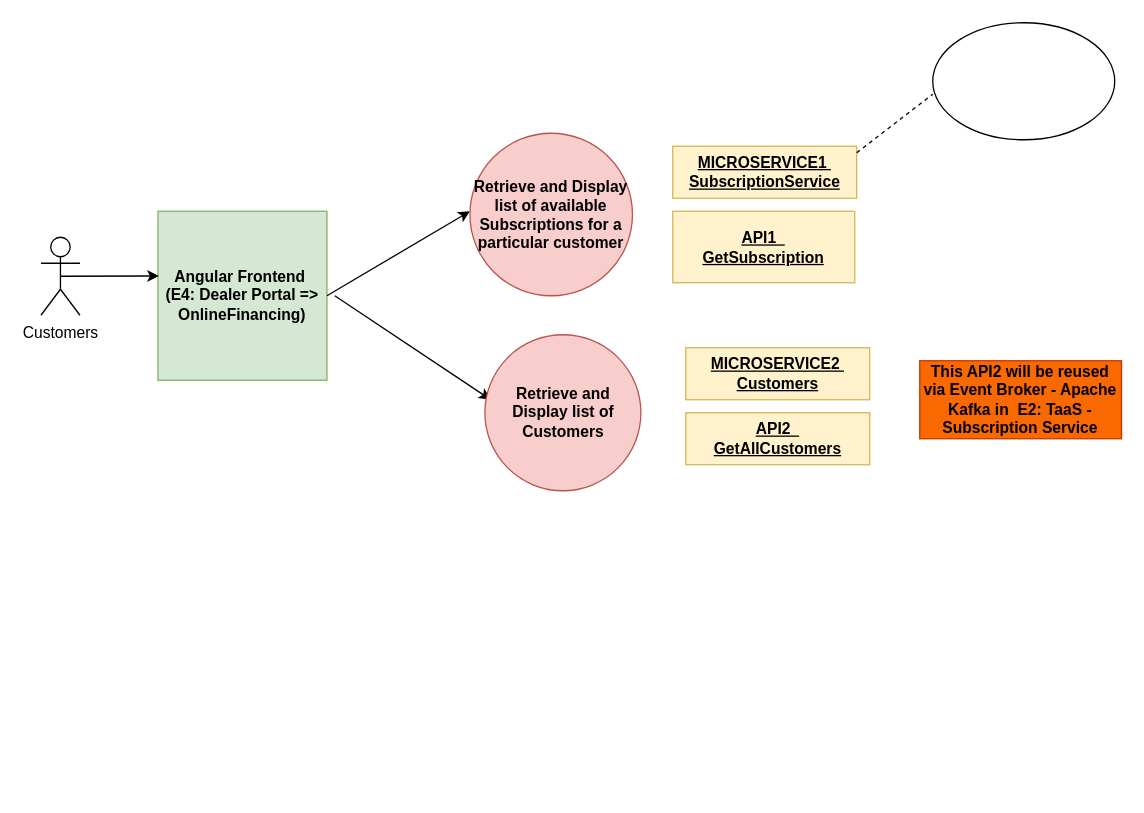
Above: OnlineFinancing.drawio in atheeswaran/Dissertation_VehicleAPIPlatform (draw.io), before the change. Source tidied: cells renumbered, new cells numbered last; positions are measured from the earlier drawing's top-left corner, leaving out a move shared by most shapes. Both pictures are drawn from the tidied source at 130%, with x=0, y=0 at pixel (40, 22).
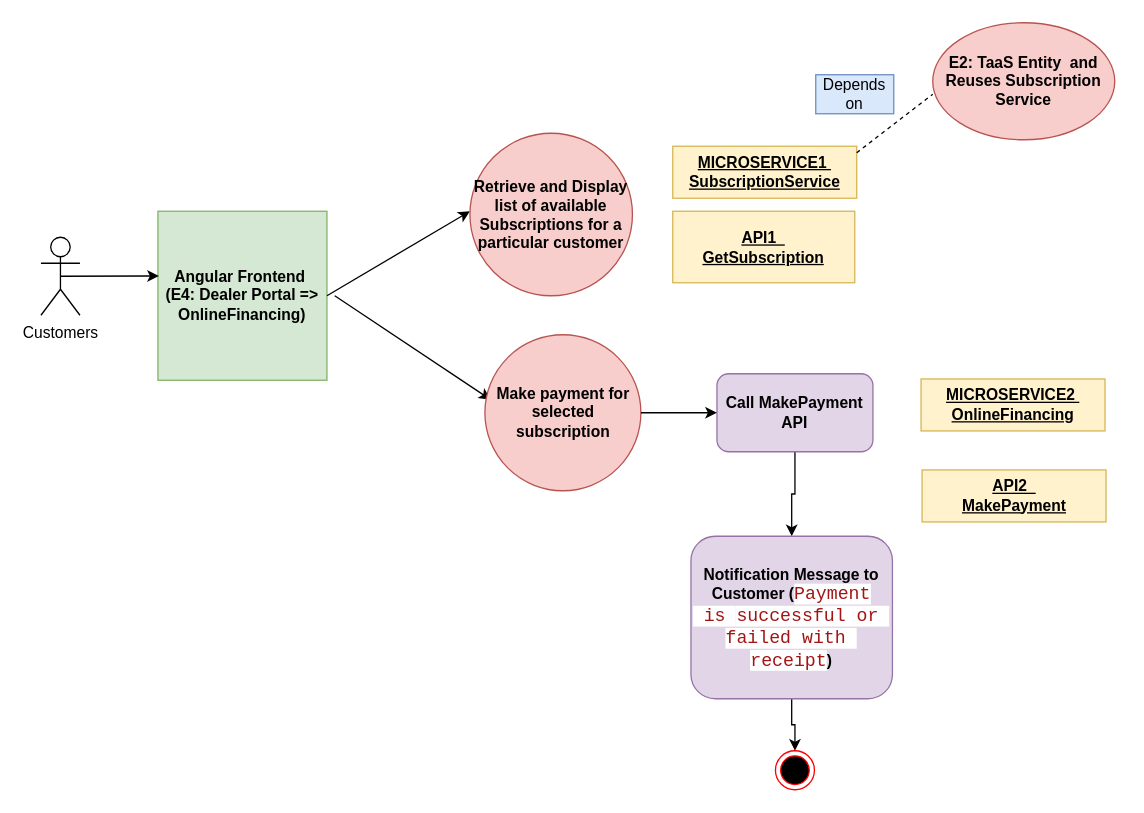
The same diagram, later.

The edit, as a diff of the source:
```diff
@@
-    <mxCell id="9" value="&lt;b&gt;This API2 will be reused via Event Broker - Apache Kafka in&amp;nbsp; E2: TaaS - Subscription Service&lt;/b&gt;" style="text;html=1;strokeColor=#C73500;fillColor=#fa6800;align=center;verticalAlign=middle;whiteSpace=wrap;rounded=0;fontColor=#000000;" parent="1" vertex="1">
-      <mxGeometry x="676" y="260" width="155.2" height="60" as="geometry" />
-    </mxCell>
@@
-    <mxCell id="11" value="&lt;b&gt;Retrieve and Display list of Customers&lt;/b&gt;" style="ellipse;whiteSpace=wrap;html=1;fillColor=#f8cecc;strokeColor=#b85450;" parent="1" vertex="1">
+    <mxCell id="11" value="&lt;b&gt;Make payment for selected subscription&lt;/b&gt;" style="ellipse;whiteSpace=wrap;html=1;fillColor=#f8cecc;strokeColor=#b85450;" parent="1" vertex="1">
       <mxGeometry x="341.5" y="240" width="120" height="120" as="geometry" />
     </mxCell>
-    <mxCell id="12" value="&lt;b&gt;&lt;u&gt;MICROSERVICE2&amp;nbsp;&lt;/u&gt;&lt;/b&gt;&lt;div&gt;&lt;b&gt;&lt;u&gt;Customers&lt;/u&gt;&lt;/b&gt;&lt;/div&gt;" style="text;html=1;strokeColor=#d6b656;fillColor=#fff2cc;align=center;verticalAlign=middle;whiteSpace=wrap;rounded=0;" parent="1" vertex="1">
-      <mxGeometry x="496" y="250" width="141.5" height="40" as="geometry" />
+    <mxCell id="12" value="&lt;b&gt;&lt;u&gt;MICROSERVICE2&amp;nbsp;&lt;/u&gt;&lt;/b&gt;&lt;div&gt;&lt;b&gt;&lt;u&gt;OnlineFinancing&lt;/u&gt;&lt;/b&gt;&lt;/div&gt;" style="text;html=1;strokeColor=#d6b656;fillColor=#fff2cc;align=center;verticalAlign=middle;whiteSpace=wrap;rounded=0;" parent="1" vertex="1">
+      <mxGeometry x="677" y="274" width="141.5" height="40" as="geometry" />
     </mxCell>
-    <mxCell id="13" value="&lt;b&gt;&lt;u&gt;API2&amp;nbsp;&amp;nbsp;&lt;/u&gt;&lt;/b&gt;&lt;div&gt;&lt;b&gt;&lt;u&gt;GetAllCustomers&lt;/u&gt;&lt;/b&gt;&lt;/div&gt;" style="text;html=1;strokeColor=#d6b656;fillColor=#fff2cc;align=center;verticalAlign=middle;whiteSpace=wrap;rounded=0;" parent="1" vertex="1">
-      <mxGeometry x="496" y="300" width="141.5" height="40" as="geometry" />
+    <mxCell id="13" value="&lt;b&gt;&lt;u&gt;API2&amp;nbsp;&amp;nbsp;&lt;/u&gt;&lt;/b&gt;&lt;div&gt;&lt;b&gt;&lt;u&gt;MakePayment&lt;/u&gt;&lt;/b&gt;&lt;/div&gt;" style="text;html=1;strokeColor=#d6b656;fillColor=#fff2cc;align=center;verticalAlign=middle;whiteSpace=wrap;rounded=0;" parent="1" vertex="1">
+      <mxGeometry x="677.8" y="344" width="141.5" height="40" as="geometry" />
     </mxCell>
@@
-    <mxCell id="15" style="ellipse;whiteSpace=wrap;html=1;" parent="1" vertex="1">
+    <mxCell id="15" value="&lt;b&gt;E2: TaaS Entity&amp;nbsp; and Reuses Subscription Service&lt;/b&gt;" style="ellipse;whiteSpace=wrap;html=1;fillColor=#f8cecc;strokeColor=#b85450;" parent="1" vertex="1">
       <mxGeometry x="686" width="140" height="90" as="geometry" />
     </mxCell>
+    <mxCell id="16" value="Depends on" style="text;html=1;align=center;verticalAlign=middle;whiteSpace=wrap;rounded=0;fillColor=#dae8fc;strokeColor=#6c8ebf;" parent="1" vertex="1">
+      <mxGeometry x="596" y="40" width="60" height="30" as="geometry" />
+    </mxCell>
+    <mxCell id="17" style="edgeStyle=orthogonalEdgeStyle;rounded=0;jettySize=auto;html=1;" parent="1" edge="1" source="18" target="21">
+      <mxGeometry relative="1" as="geometry" />
+    </mxCell>
+    <mxCell id="18" value="&lt;b&gt;Call MakePayment API&lt;/b&gt;" style="rounded=1;whiteSpace=wrap;html=1;fillColor=#e1d5e7;strokeColor=#9673a6;" parent="1" vertex="1">
+      <mxGeometry x="520" y="270" width="120" height="60" as="geometry" />
+    </mxCell>
+    <mxCell id="19" style="ellipse;html=1;shape=endState;fillColor=#000000;strokeColor=#ff0000;" parent="1" vertex="1">
+      <mxGeometry x="565" y="560" width="30" height="30" as="geometry" />
+    </mxCell>
+    <mxCell id="20" style="edgeStyle=orthogonalEdgeStyle;rounded=0;jettySize=auto;html=1;" parent="1" edge="1" source="21" target="19">
+      <mxGeometry relative="1" as="geometry" />
+    </mxCell>
+    <mxCell id="21" value="&lt;span style=&quot;font-weight: 700;&quot;&gt;Notification Message to Customer (&lt;/span&gt;&lt;font face=&quot;Consolas, Courier New, monospace&quot; color=&quot;#a31515&quot;&gt;&lt;span style=&quot;font-size: 14px; white-space: pre; background-color: rgb(255, 255, 255);&quot;&gt;Payment&lt;/span&gt;&lt;/font&gt;&lt;div&gt;&lt;span style=&quot;background-color: rgb(255, 255, 255); font-size: 14px; white-space: pre; color: rgb(163, 21, 21); font-family: Consolas, &amp;quot;Courier New&amp;quot;, monospace;&quot;&gt; is &lt;/span&gt;&lt;span style=&quot;background-color: rgb(255, 255, 255); font-size: 14px; white-space: pre; color: rgb(163, 21, 21); font-family: Consolas, &amp;quot;Courier New&amp;quot;, monospace;&quot;&gt;successful or &lt;/span&gt;&lt;div&gt;&lt;div&gt;&lt;font face=&quot;Consolas, Courier New, monospace&quot; color=&quot;#a31515&quot;&gt;&lt;span style=&quot;font-size: 14px; white-space: pre; background-color: rgb(255, 255, 255);&quot;&gt;failed with &lt;/span&gt;&lt;/font&gt;&lt;/div&gt;&lt;div&gt;&lt;font face=&quot;Consolas, Courier New, monospace&quot; color=&quot;#a31515&quot;&gt;&lt;span style=&quot;font-size: 14px; white-space: pre; background-color: rgb(255, 255, 255);&quot;&gt;receipt&lt;/span&gt;&lt;/font&gt;&lt;span style=&quot;background-color: initial; font-weight: 700;&quot;&gt;)&lt;/span&gt;&lt;/div&gt;&lt;/div&gt;&lt;/div&gt;" style="rounded=1;whiteSpace=wrap;html=1;fillColor=#e1d5e7;strokeColor=#9673a6;" parent="1" vertex="1">
+      <mxGeometry x="500" y="395" width="155" height="125" as="geometry" />
+    </mxCell>
+    <mxCell id="22" style="endArrow=classic;html=1;rounded=0;entryX=0;entryY=0.5;entryDx=0;entryDy=0;exitX=1;exitY=0.5;exitDx=0;exitDy=0;" parent="1" edge="1" source="11" target="18">
+      <mxGeometry relative="1" as="geometry" />
+    </mxCell>
```
